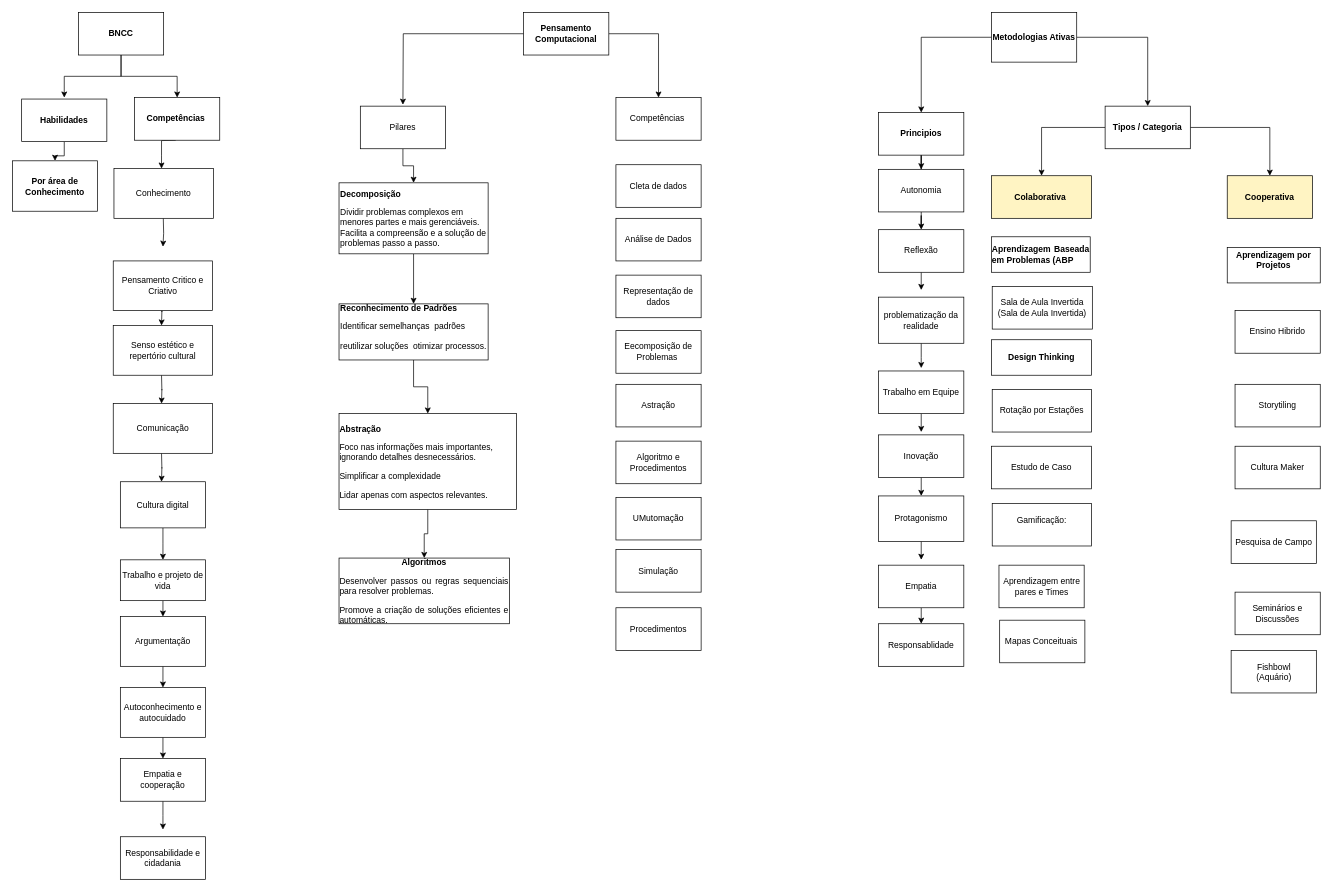
This is page "Página-1" (1 of 2) of Diagrama sem nome.drawio from RosianeSangali/RosianeSangali, a draw.io file, before an edit. Source tidied: cells renumbered, new cells numbered last; positions are measured from the earlier drawing's top-left corner, leaving out a move shared by most shapes. Both pictures are drawn from the tidied source at 71%, with x=0, y=0 at pixel (12, 12).
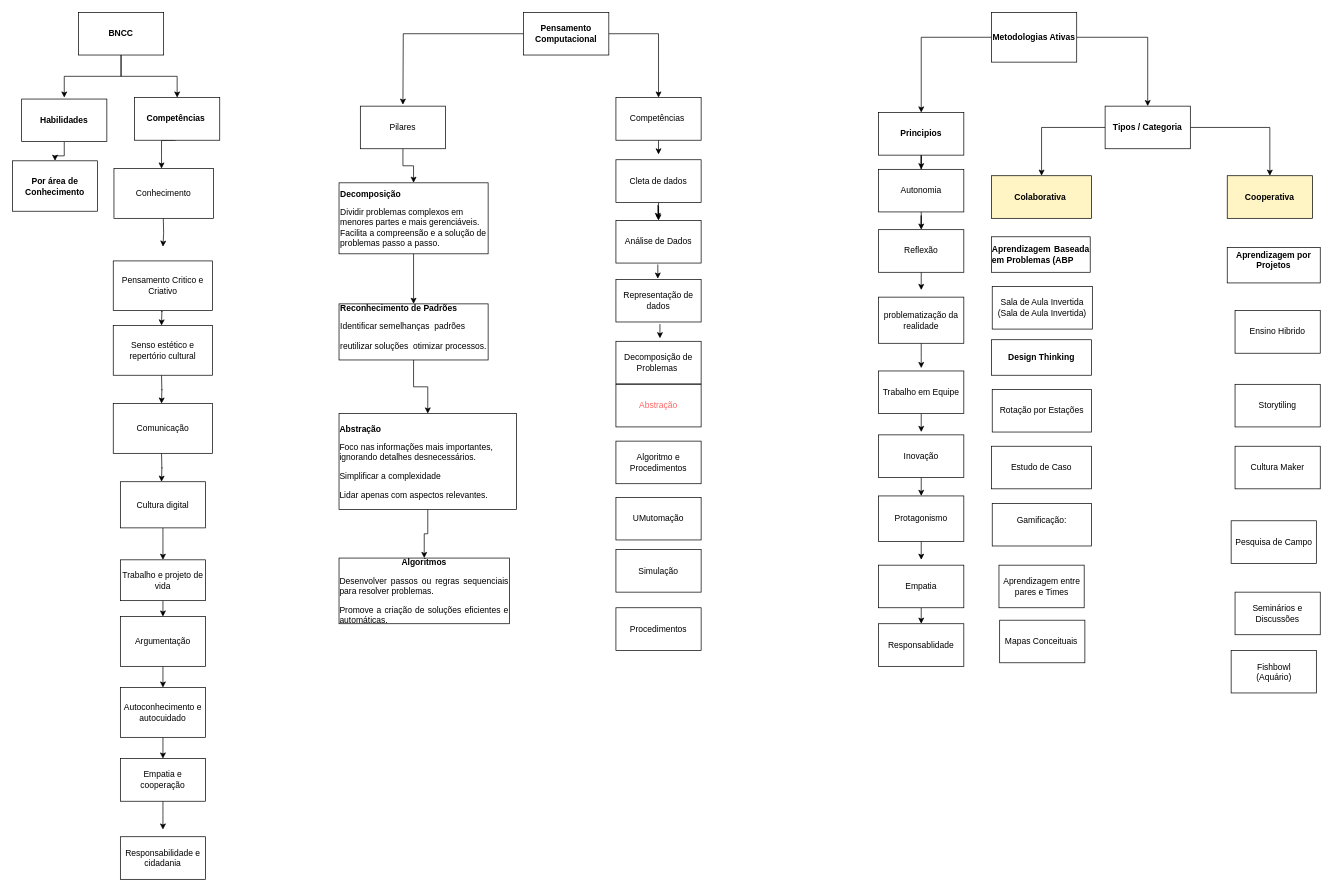
After the change.

Unchanged cells that the change refers to:
```xml
<mxCell id="16" value="Competências&amp;nbsp;" style="rounded=0;whiteSpace=wrap;html=1;" parent="1" vertex="1">
  <mxGeometry x="850" y="120" width="120" height="60" as="geometry" />
</mxCell>
```

What changed in the source:
```diff
@@
+    <mxCell id="91" style="edgeStyle=orthogonalEdgeStyle;rounded=0;jettySize=auto;html=1;" parent="1" edge="1" source="16">
+      <mxGeometry relative="1" as="geometry">
+        <mxPoint x="910" y="200" as="targetPoint" />
+      </mxGeometry>
+    </mxCell>
@@
+    <mxCell id="92" style="edgeStyle=orthogonalEdgeStyle;rounded=0;jettySize=auto;html=1;" parent="1" edge="1" source="82" target="84">
+      <mxGeometry relative="1" as="geometry" />
+    </mxCell>
     <mxCell id="82" value="Cleta de dados" style="rounded=0;whiteSpace=wrap;html=1;" parent="1" vertex="1">
-      <mxGeometry x="850" y="214.5" width="120" height="60" as="geometry" />
+      <mxGeometry x="850" y="207.5" width="120" height="60" as="geometry" />
     </mxCell>
     <mxCell id="83" value="Representação de dados" style="rounded=0;whiteSpace=wrap;html=1;" parent="1" vertex="1">
-      <mxGeometry x="850" y="370" width="120" height="60" as="geometry" />
+      <mxGeometry x="850" y="376" width="120" height="60" as="geometry" />
     </mxCell>
     <mxCell id="84" value="Análise de Dados" style="rounded=0;whiteSpace=wrap;html=1;" parent="1" vertex="1">
-      <mxGeometry x="850" y="290" width="120" height="60" as="geometry" />
+      <mxGeometry x="850" y="293" width="120" height="60" as="geometry" />
     </mxCell>
-    <mxCell id="85" value="Eecomposição de Problemas&amp;nbsp;" style="rounded=0;whiteSpace=wrap;html=1;" parent="1" vertex="1">
-      <mxGeometry x="850" y="448.2" width="120" height="60" as="geometry" />
+    <mxCell id="85" value="Decomposição de Problemas&amp;nbsp;" style="rounded=0;whiteSpace=wrap;html=1;" parent="1" vertex="1">
+      <mxGeometry x="850" y="463.2" width="120" height="60" as="geometry" />
     </mxCell>
@@
-    <mxCell id="87" value="Astração" style="rounded=0;whiteSpace=wrap;html=1;" parent="1" vertex="1">
+    <mxCell id="87" value="&lt;font color=&quot;#ff6666&quot; style=&quot;vertical-align: inherit;&quot;&gt;Abstração&lt;/font&gt;" style="rounded=0;whiteSpace=wrap;html=1;" parent="1" vertex="1">
       <mxGeometry x="850" y="523.8" width="120" height="60" as="geometry" />
     </mxCell>
@@
+    <mxCell id="93" style="edgeStyle=orthogonalEdgeStyle;rounded=0;orthogonalLoop=1;jettySize=auto;html=1;" parent="1" edge="1">
+      <mxGeometry relative="1" as="geometry">
+        <mxPoint x="909" y="271" as="sourcePoint" />
+        <mxPoint x="909" y="291" as="targetPoint" />
+      </mxGeometry>
+    </mxCell>
+    <mxCell id="94" style="edgeStyle=orthogonalEdgeStyle;rounded=0;orthogonalLoop=1;jettySize=auto;html=1;" parent="1" edge="1">
+      <mxGeometry relative="1" as="geometry">
+        <mxPoint x="909" y="355" as="sourcePoint" />
+        <mxPoint x="909" y="375" as="targetPoint" />
+      </mxGeometry>
+    </mxCell>
+    <mxCell id="95" style="edgeStyle=orthogonalEdgeStyle;rounded=0;orthogonalLoop=1;jettySize=auto;html=1;" parent="1" edge="1">
+      <mxGeometry relative="1" as="geometry">
+        <mxPoint x="912" y="439" as="sourcePoint" />
+        <mxPoint x="912" y="459" as="targetPoint" />
+      </mxGeometry>
+    </mxCell>
```
